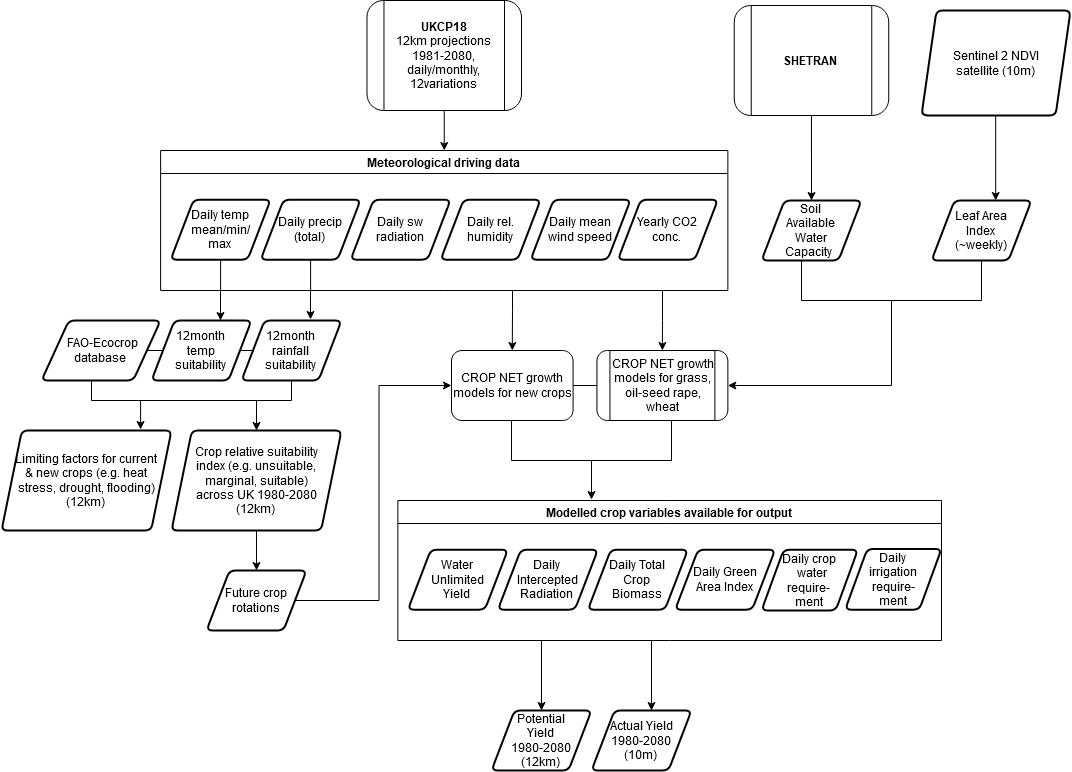
Before: cropnet/cropnet.png, a diagram exported from draw.io (OpenCLIM/workflow-diagrams). Source tidied: cells renumbered, new cells last; positions are measured from the earlier drawing's top-left corner, leaving out a move shared by most shapes.
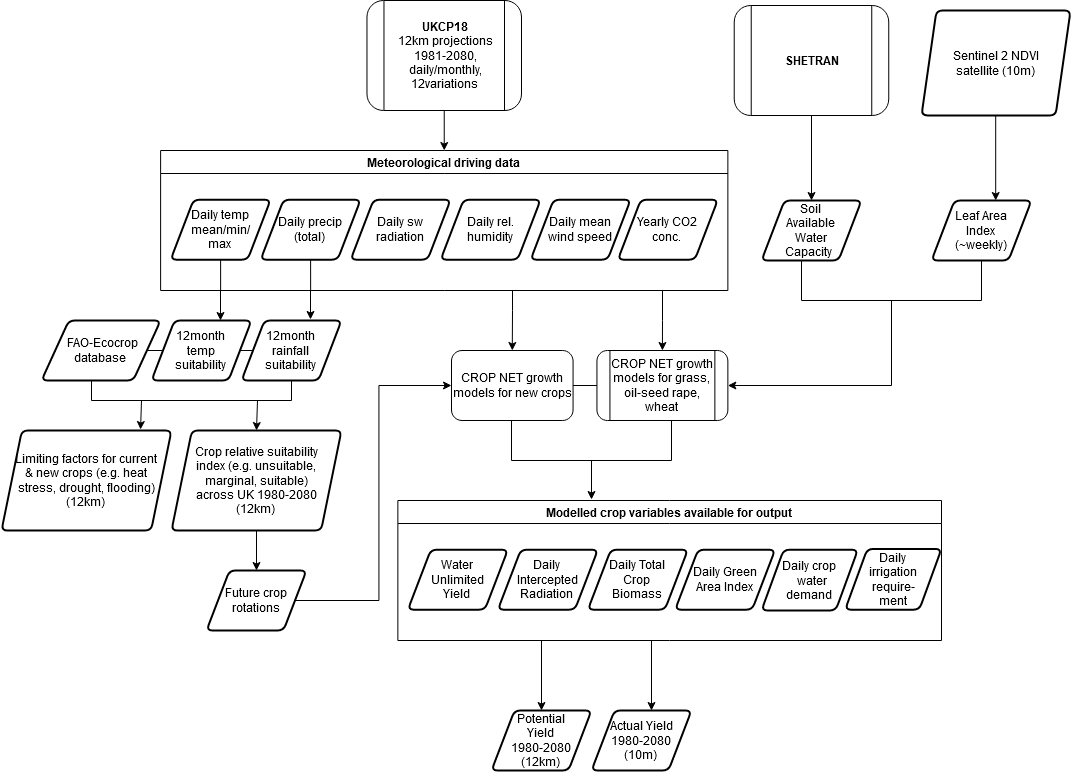
The same file after the commit.

The edit, as a diff of the source:
```diff
@@ -126,7 +126,7 @@
     <mxCell id="36" value="&lt;div&gt;Daily Total&lt;/div&gt;&lt;div&gt;Crop &lt;br&gt;&lt;/div&gt;&lt;div&gt;Biomass&lt;br&gt;&lt;/div&gt;" style="shape=parallelogram;html=1;strokeWidth=2;perimeter=parallelogramPerimeter;whiteSpace=wrap;rounded=1;arcSize=12;size=0.23;" parent="33" vertex="1">
       <mxGeometry x="190" y="49.2" width="100" height="60" as="geometry" />
     </mxCell>
-    <mxCell id="37" value="&lt;div&gt;Daily crop &lt;br&gt;&lt;/div&gt;&lt;div&gt;&amp;nbsp; water &lt;br&gt;&lt;/div&gt;&lt;div&gt;require-&lt;/div&gt;&lt;div&gt;ment&lt;/div&gt;" style="shape=parallelogram;html=1;strokeWidth=2;perimeter=parallelogramPerimeter;whiteSpace=wrap;rounded=1;arcSize=12;size=0.23;" parent="33" vertex="1">
+    <mxCell id="37" value="&lt;div&gt;Daily crop &lt;br&gt;&lt;/div&gt;&lt;div&gt;&amp;nbsp; water &lt;br&gt;&lt;/div&gt;demand" style="shape=parallelogram;html=1;strokeWidth=2;perimeter=parallelogramPerimeter;whiteSpace=wrap;rounded=1;arcSize=12;size=0.23;" parent="33" vertex="1">
       <mxGeometry x="363.6" y="49.2" width="96.4" height="60.8" as="geometry" />
     </mxCell>
     <mxCell id="38" value="&lt;div&gt;Daily &lt;br&gt;&lt;/div&gt;&lt;div&gt;irrigation&lt;/div&gt;&lt;div&gt;require-&lt;/div&gt;&lt;div&gt;ment&lt;/div&gt;" style="shape=parallelogram;html=1;strokeWidth=2;perimeter=parallelogramPerimeter;whiteSpace=wrap;rounded=1;arcSize=12;size=0.23;" parent="33" vertex="1">
```
